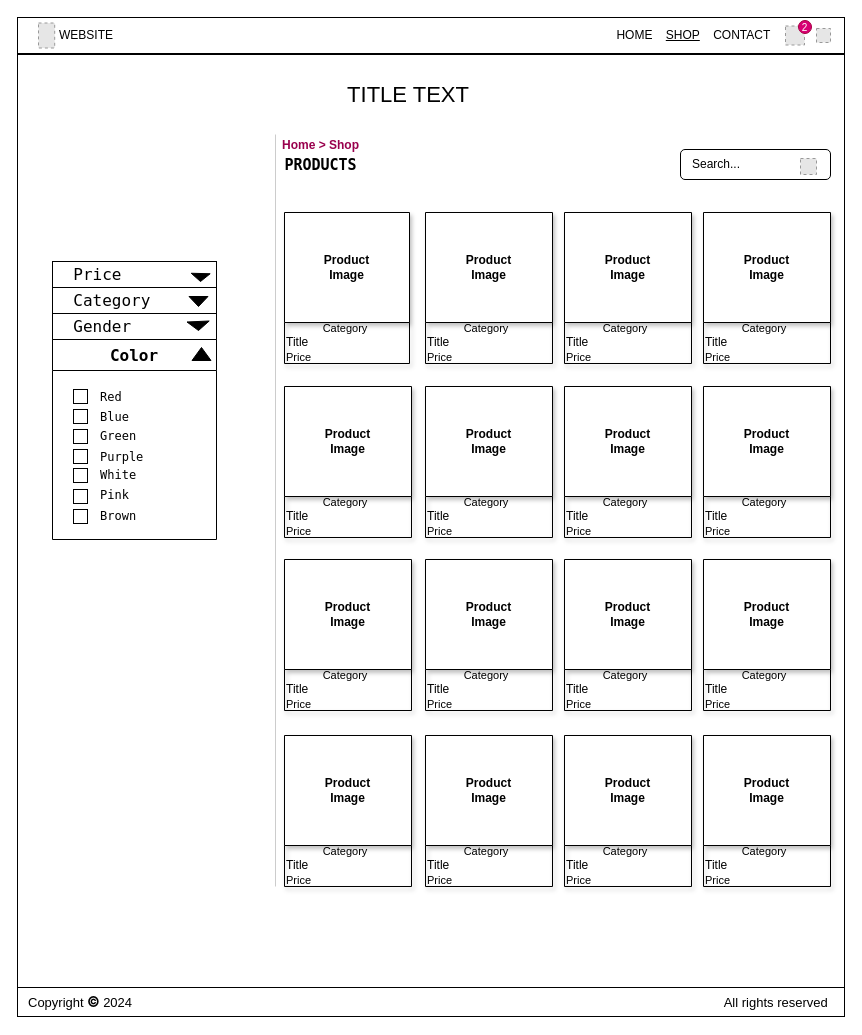
Before: page "Product Catalog Page" (6 of 8) of Wireframes.drawio in ayushi1719/ecommerce, a draw.io diagram. Source tidied: cells renumbered, new cells numbered last; positions are measured from the earlier drawing's top-left corner, leaving out a move shared by most shapes. Both pictures are drawn from the tidied source at 100%, with x=0, y=0 at pixel (17, 17). Pictures stored in the file or linked from it are replaced by grey dashed boxes.
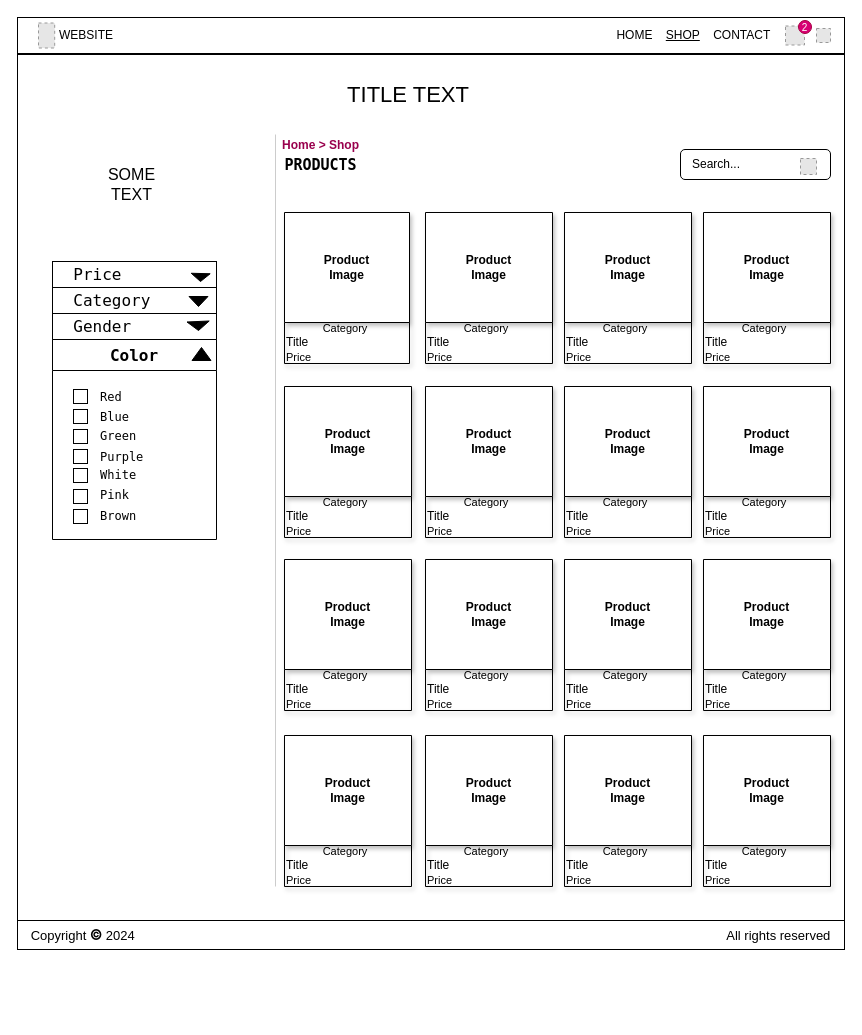
After the change.

Diff of the diagram source:
```diff
@@
     <mxCell id="6" style="rounded=0;whiteSpace=wrap;html=1;strokeColor=default;align=center;verticalAlign=middle;fontFamily=Helvetica;fontSize=12;fontColor=default;fillColor=default;" parent="1" vertex="1">
-      <mxGeometry y="37" width="827" height="933" as="geometry" />
+      <mxGeometry y="37" width="827" height="866" as="geometry" />
     </mxCell>
-    <mxCell id="7" style="rounded=0;whiteSpace=wrap;html=1;strokeColor=default;align=center;verticalAlign=middle;fontFamily=Helvetica;fontSize=12;fontColor=default;fillColor=default;" parent="1" vertex="1">
-      <mxGeometry y="970" width="827" height="29" as="geometry" />
+    <mxCell id="7" value="&lt;font style=&quot;text-align: right; background-color: initial; font-size: 13px;&quot;&gt;Copyright&lt;/font&gt;&lt;font style=&quot;text-align: right; background-color: initial;&quot;&gt;&amp;nbsp;&lt;/font&gt;&lt;span style=&quot;font-weight: 700; font-family: HelveticaNeue-Light, -apple-system, AppleSDGothicNeo-Regular, &amp;quot;lucida grande&amp;quot;, tahoma, verdana, arial, sans-serif, &amp;quot;Segoe UI Emoji&amp;quot;, &amp;quot;Segoe UI Symbol&amp;quot;, &amp;quot;Noto Color Emoji&amp;quot;, NotoColorEmoji, EmojiSymbols, Symbola, Noto, &amp;quot;Android Emoji&amp;quot;, AndroidEmoji, &amp;quot;Arial Unicode MS&amp;quot;, &amp;quot;Zapf Dingbats&amp;quot;, AppleColorEmoji, &amp;quot;Apple Color Emoji&amp;quot;; text-align: justify; background-color: rgb(255, 255, 255);&quot;&gt;&lt;font style=&quot;font-size: 14px;&quot;&gt;©&lt;/font&gt;&lt;/span&gt;&lt;span style=&quot;text-align: right; background-color: initial;&quot;&gt;&amp;nbsp;&lt;/span&gt;&lt;font style=&quot;text-align: right; background-color: initial; font-size: 13px;&quot;&gt;2024&amp;nbsp; &amp;nbsp; &amp;nbsp; &amp;nbsp; &amp;nbsp; &amp;nbsp; &amp;nbsp; &amp;nbsp; &amp;nbsp; &amp;nbsp; &amp;nbsp; &amp;nbsp; &amp;nbsp; &amp;nbsp; &amp;nbsp; &amp;nbsp; &amp;nbsp; &amp;nbsp; &amp;nbsp; &amp;nbsp; &amp;nbsp; &amp;nbsp; &amp;nbsp; &amp;nbsp; &amp;nbsp; &amp;nbsp; &amp;nbsp; &amp;nbsp; &amp;nbsp; &amp;nbsp; &amp;nbsp; &amp;nbsp; &amp;nbsp; &amp;nbsp; &amp;nbsp; &amp;nbsp; &amp;nbsp; &amp;nbsp; &amp;nbsp; &amp;nbsp; &amp;nbsp; &amp;nbsp; &amp;nbsp; &amp;nbsp; &amp;nbsp; &amp;nbsp; &amp;nbsp; &amp;nbsp; &amp;nbsp; &amp;nbsp; &amp;nbsp; &amp;nbsp; &amp;nbsp; &amp;nbsp; &amp;nbsp; &amp;nbsp; &amp;nbsp; &amp;nbsp; &amp;nbsp; &amp;nbsp; &amp;nbsp; &amp;nbsp; &amp;nbsp; &amp;nbsp; &amp;nbsp; &amp;nbsp; &amp;nbsp; &amp;nbsp; &amp;nbsp; &amp;nbsp; &amp;nbsp; &amp;nbsp; &amp;nbsp; &amp;nbsp; &amp;nbsp; &amp;nbsp; &amp;nbsp; &amp;nbsp; &amp;nbsp; &amp;nbsp; &amp;nbsp; &amp;nbsp; All rights reserved&lt;/font&gt;" style="rounded=0;whiteSpace=wrap;html=1;strokeColor=default;align=center;verticalAlign=middle;fontFamily=Helvetica;fontSize=12;fontColor=default;fillColor=default;" parent="1" vertex="1">
+      <mxGeometry y="903" width="827" height="29" as="geometry" />
     </mxCell>
-    <mxCell id="8" value="&lt;div style=&quot;text-align: right;&quot;&gt;&lt;font style=&quot;background-color: initial; font-size: 13px;&quot;&gt;Copyright&lt;/font&gt;&lt;font style=&quot;background-color: initial;&quot;&gt;&amp;nbsp;&lt;/font&gt;&lt;span style=&quot;font-weight: 700; font-family: HelveticaNeue-Light, -apple-system, AppleSDGothicNeo-Regular, &amp;quot;lucida grande&amp;quot;, tahoma, verdana, arial, sans-serif, &amp;quot;Segoe UI Emoji&amp;quot;, &amp;quot;Segoe UI Symbol&amp;quot;, &amp;quot;Noto Color Emoji&amp;quot;, NotoColorEmoji, EmojiSymbols, Symbola, Noto, &amp;quot;Android Emoji&amp;quot;, AndroidEmoji, &amp;quot;Arial Unicode MS&amp;quot;, &amp;quot;Zapf Dingbats&amp;quot;, AppleColorEmoji, &amp;quot;Apple Color Emoji&amp;quot;; text-align: justify; background-color: rgb(255, 255, 255);&quot;&gt;&lt;font style=&quot;font-size: 14px;&quot;&gt;©&lt;/font&gt;&lt;/span&gt;&lt;span style=&quot;background-color: initial;&quot;&gt;&amp;nbsp;&lt;/span&gt;&lt;font style=&quot;background-color: initial; font-size: 13px;&quot;&gt;2024&amp;nbsp; &amp;nbsp; &amp;nbsp; &amp;nbsp; &amp;nbsp; &amp;nbsp; &amp;nbsp; &amp;nbsp; &amp;nbsp; &amp;nbsp; &amp;nbsp; &amp;nbsp; &amp;nbsp; &amp;nbsp; &amp;nbsp; &amp;nbsp; &amp;nbsp; &amp;nbsp; &amp;nbsp; &amp;nbsp; &amp;nbsp; &amp;nbsp; &amp;nbsp; &amp;nbsp; &amp;nbsp; &amp;nbsp; &amp;nbsp; &amp;nbsp; &amp;nbsp; &amp;nbsp; &amp;nbsp; &amp;nbsp; &amp;nbsp; &amp;nbsp; &amp;nbsp; &amp;nbsp; &amp;nbsp; &amp;nbsp; &amp;nbsp; &amp;nbsp; &amp;nbsp; &amp;nbsp; &amp;nbsp; &amp;nbsp; &amp;nbsp; &amp;nbsp; &amp;nbsp; &amp;nbsp; &amp;nbsp; &amp;nbsp; &amp;nbsp; &amp;nbsp; &amp;nbsp; &amp;nbsp; &amp;nbsp; &amp;nbsp; &amp;nbsp; &amp;nbsp; &amp;nbsp; &amp;nbsp; &amp;nbsp; &amp;nbsp; &amp;nbsp; &amp;nbsp; &amp;nbsp; &amp;nbsp; &amp;nbsp; &amp;nbsp; &amp;nbsp; &amp;nbsp; &amp;nbsp; &amp;nbsp; &amp;nbsp; &amp;nbsp; &amp;nbsp; &amp;nbsp; &amp;nbsp; &amp;nbsp; &amp;nbsp; &amp;nbsp; &amp;nbsp; &amp;nbsp; All rights reserved&lt;/font&gt;&lt;/div&gt;" style="text;strokeColor=none;align=left;fillColor=none;html=1;verticalAlign=middle;whiteSpace=wrap;rounded=0;fontFamily=Helvetica;fontSize=12;fontColor=default;" parent="1" vertex="1">
-      <mxGeometry x="9" y="970" width="817" height="30" as="geometry" />
-    </mxCell>
@@
+    <mxCell id="70" value="&lt;font style=&quot;font-size: 16px;&quot;&gt;SOME&lt;/font&gt;&lt;div style=&quot;font-size: 16px;&quot;&gt;&lt;span style=&quot;background-color: initial;&quot;&gt;&lt;font style=&quot;font-size: 16px;&quot;&gt;TEXT&lt;/font&gt;&lt;/span&gt;&lt;/div&gt;" style="text;strokeColor=none;align=center;fillColor=none;html=1;verticalAlign=middle;whiteSpace=wrap;rounded=0;" parent="1" vertex="1">
+      <mxGeometry x="58" y="132" width="113" height="69" as="geometry" />
+    </mxCell>
```
